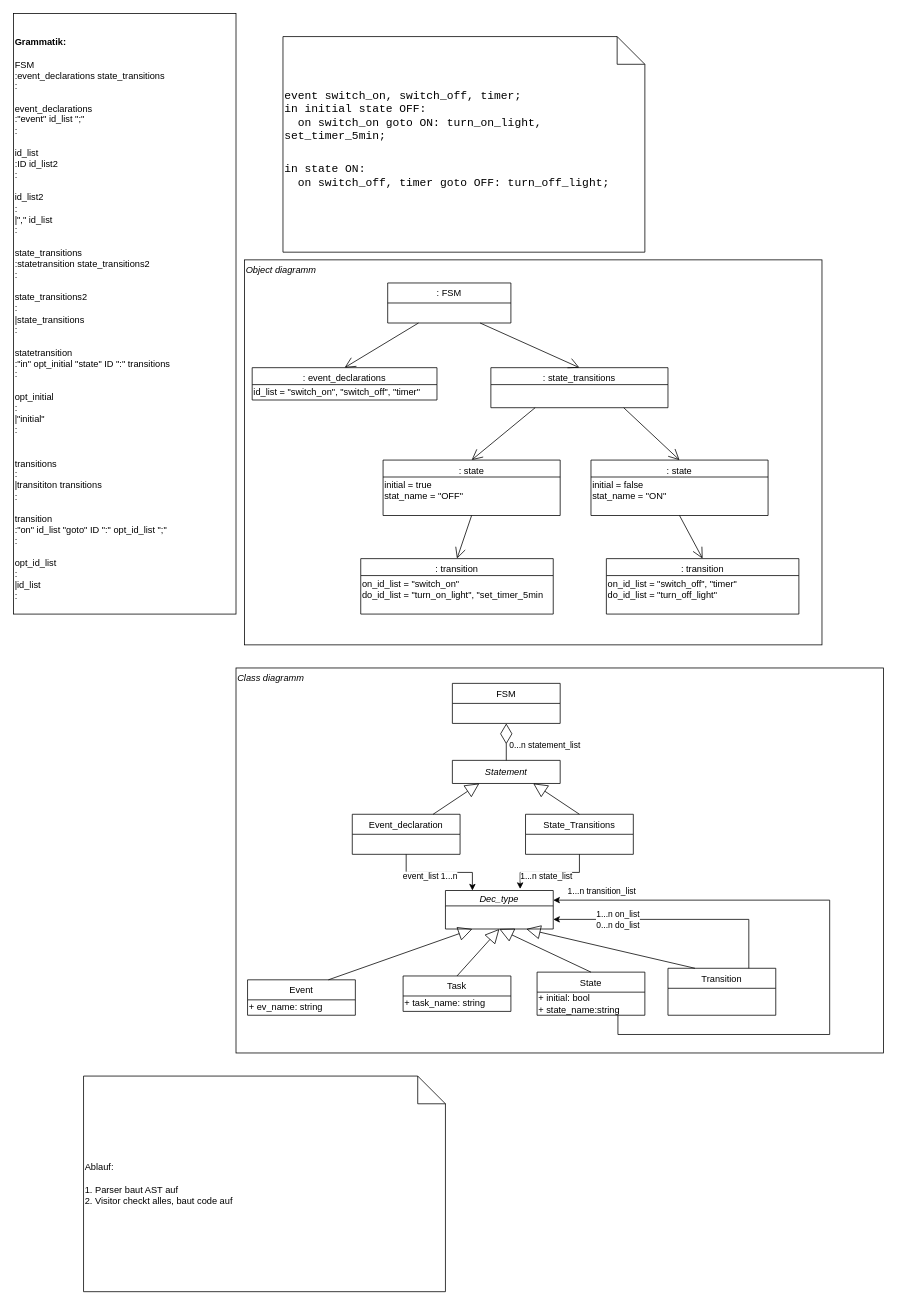
Earlier version of the draw.io diagram ParserAndInterpreter.drawio (LucRome/Automaten). Source tidied: cells renumbered, new cells numbered last; positions are measured from the earlier drawing's top-left corner, leaving out a move shared by most shapes. Both pictures are drawn from the tidied source at 77%, with x=0, y=0 at pixel (13, 13).
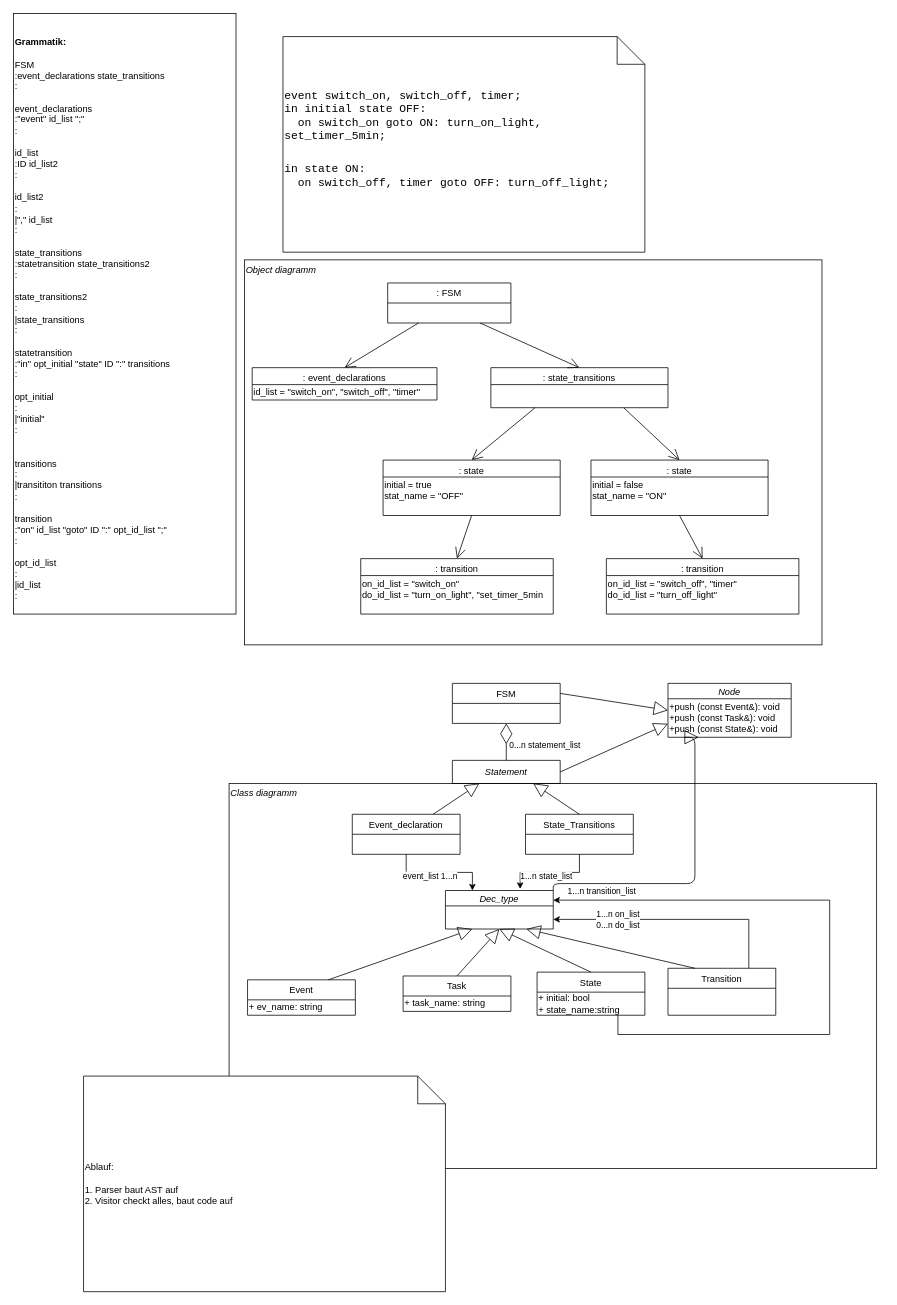
The same page after the edit.

The change refers to these unchanged cells:
```xml
<mxCell id="24" value="FSM" style="swimlane;fontStyle=0;horizontal=1;startSize=26;fillColor=none;" parent="1" vertex="1">
  <mxGeometry x="570" y="870" width="140" height="52" as="geometry" />
</mxCell>
<mxCell id="26" value="Statement" style="swimlane;fontStyle=2;horizontal=1;startSize=40;fillColor=none;" parent="1" vertex="1">
  <mxGeometry x="570" y="970" width="140" height="30" as="geometry" />
</mxCell>
<mxCell id="41" value="Dec_type" style="swimlane;fontStyle=2;horizontal=1;startSize=20;fillColor=none;" parent="1" vertex="1">
  <mxGeometry x="561" y="1139" width="140" height="50" as="geometry" />
</mxCell>
```

Change to the diagram source:
```diff
@@
     <mxCell id="23" value="&lt;div&gt;&lt;i&gt;Class diagramm&lt;/i&gt;&lt;/div&gt;&lt;div&gt;&lt;i&gt;&lt;br&gt;&lt;/i&gt;&lt;/div&gt;&lt;div&gt;&lt;i&gt;&lt;br&gt;&lt;/i&gt;&lt;/div&gt;&lt;div&gt;&lt;i&gt;&lt;br&gt;&lt;/i&gt;&lt;/div&gt;&lt;div&gt;&lt;i&gt;&lt;br&gt;&lt;/i&gt;&lt;/div&gt;&lt;div&gt;&lt;i&gt;&lt;br&gt;&lt;/i&gt;&lt;/div&gt;&lt;div&gt;&lt;i&gt;&lt;br&gt;&lt;/i&gt;&lt;/div&gt;&lt;div&gt;&lt;i&gt;&lt;br&gt;&lt;/i&gt;&lt;/div&gt;&lt;div&gt;&lt;i&gt;&lt;br&gt;&lt;/i&gt;&lt;/div&gt;&lt;div&gt;&lt;i&gt;&lt;br&gt;&lt;/i&gt;&lt;/div&gt;&lt;div&gt;&lt;i&gt;&lt;br&gt;&lt;/i&gt;&lt;/div&gt;&lt;div&gt;&lt;i&gt;&lt;br&gt;&lt;/i&gt;&lt;/div&gt;&lt;div&gt;&lt;i&gt;&lt;br&gt;&lt;/i&gt;&lt;/div&gt;&lt;div&gt;&lt;i&gt;&lt;br&gt;&lt;/i&gt;&lt;/div&gt;&lt;div&gt;&lt;i&gt;&lt;br&gt;&lt;/i&gt;&lt;/div&gt;&lt;div&gt;&lt;i&gt;&lt;br&gt;&lt;/i&gt;&lt;/div&gt;&lt;div&gt;&lt;i&gt;&lt;br&gt;&lt;/i&gt;&lt;/div&gt;&lt;div&gt;&lt;i&gt;&lt;br&gt;&lt;/i&gt;&lt;/div&gt;&lt;div&gt;&lt;i&gt;&lt;br&gt;&lt;/i&gt;&lt;/div&gt;&lt;div&gt;&lt;i&gt;&lt;br&gt;&lt;/i&gt;&lt;/div&gt;&lt;div&gt;&lt;i&gt;&lt;br&gt;&lt;/i&gt;&lt;/div&gt;&lt;div&gt;&lt;i&gt;&lt;br&gt;&lt;/i&gt;&lt;/div&gt;&lt;div&gt;&lt;i&gt;&lt;br&gt;&lt;/i&gt;&lt;/div&gt;&lt;div&gt;&lt;i&gt;&lt;br&gt;&lt;/i&gt;&lt;/div&gt;&lt;div&gt;&lt;i&gt;&lt;br&gt;&lt;/i&gt;&lt;/div&gt;&lt;div&gt;&lt;i&gt;&lt;br&gt;&lt;/i&gt;&lt;/div&gt;&lt;div&gt;&lt;i&gt;&lt;br&gt;&lt;/i&gt;&lt;/div&gt;&lt;div&gt;&lt;i&gt;&lt;br&gt;&lt;/i&gt;&lt;/div&gt;&lt;div&gt;&lt;i&gt;&lt;br&gt;&lt;/i&gt;&lt;/div&gt;&lt;div&gt;&lt;i&gt;&lt;br&gt;&lt;/i&gt;&lt;/div&gt;&lt;div&gt;&lt;i&gt;&lt;br&gt;&lt;/i&gt;&lt;/div&gt;&lt;div&gt;&lt;i&gt;&lt;br&gt;&lt;/i&gt;&lt;/div&gt;&lt;div&gt;&lt;i&gt;&lt;br&gt;&lt;/i&gt;&lt;/div&gt;&lt;div&gt;&lt;i&gt;&lt;br&gt;&lt;/i&gt;&lt;/div&gt;" style="rounded=0;whiteSpace=wrap;html=1;align=left;" parent="1" vertex="1">
-      <mxGeometry x="289" y="850" width="841" height="500" as="geometry" />
+      <mxGeometry x="280" y="1000" width="841" height="500" as="geometry" />
     </mxCell>
@@
+    <mxCell id="49" value="Node" style="swimlane;fontStyle=2;horizontal=1;startSize=20;fillColor=none;" parent="1" vertex="1">
+      <mxGeometry x="850" y="870" width="160" height="70" as="geometry" />
+    </mxCell>
+    <mxCell id="50" value="&lt;div&gt;+push (const Event&amp;amp;): void&lt;/div&gt;&lt;div&gt;+push (const Task&amp;amp;): void&lt;/div&gt;&lt;div&gt;+push (const State&amp;amp;): void&lt;br&gt;&lt;/div&gt;" style="text;html=1;align=left;verticalAlign=middle;" parent="49" vertex="1">
+      <mxGeometry y="20" width="160" height="50" as="geometry" />
+    </mxCell>
+    <mxCell id="51" value="&lt;div&gt;&lt;br&gt;&lt;/div&gt;" style="endArrow=block;endSize=16;endFill=0;html=1;entryX=0;entryY=0.5;entryDx=0;entryDy=0;exitX=1;exitY=0.25;exitDx=0;exitDy=0;" parent="1" edge="1" source="24" target="49">
+      <mxGeometry x="-0.06" y="1" relative="1" as="geometry" />
+    </mxCell>
+    <mxCell id="52" value="&lt;div&gt;&lt;br&gt;&lt;/div&gt;" style="endArrow=block;endSize=16;endFill=0;html=1;entryX=0;entryY=0.75;entryDx=0;entryDy=0;exitX=1;exitY=0.5;exitDx=0;exitDy=0;" parent="1" edge="1" source="26" target="49">
+      <mxGeometry x="-0.06" y="1" relative="1" as="geometry" />
+    </mxCell>
+    <mxCell id="53" value="&lt;div&gt;&lt;br&gt;&lt;/div&gt;" style="endArrow=block;endSize=16;endFill=0;html=1;entryX=0.25;entryY=1;entryDx=0;entryDy=0;exitX=1;exitY=0;exitDx=0;exitDy=0;edgeStyle=orthogonalEdgeStyle;" parent="1" edge="1" source="41" target="49">
+      <mxGeometry x="-0.36" y="-13" relative="1" as="geometry">
+        <Array as="points">
+          <mxPoint x="701" y="1130" />
+          <mxPoint x="885" y="1130" />
+        </Array>
+      </mxGeometry>
+    </mxCell>
```
